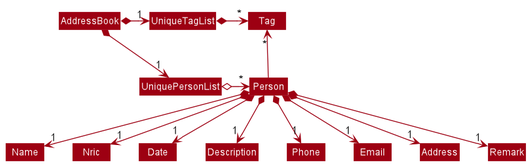
Above: docs/images/BetterModelClassDiagram.png in nus-tic4002-AY2021S2/tp2 (PlantUML), before the change. The source it was exported from:
```plantuml
@startuml
!include style.puml
skinparam arrowThickness 1.1
skinparam arrowColor MODEL_COLOR
skinparam classBackgroundColor MODEL_COLOR

AddressBook *-right-> "1" UniquePersonList
AddressBook *-right-> "1" UniqueTagList
UniqueTagList -[hidden]down- UniquePersonList
UniqueTagList -[hidden]down- UniquePersonList

UniqueTagList *-right-> "*" Tag
UniquePersonList o-right-> "*" Person

Person -up-> "*" Tag

Person *--> "1" Name
Person *--> "1" Nric
Person *--> "1" Date
Person *--> "1" Description
Person *--> "1" Phone
Person *--> "1" Email
Person *--> "1" Address
Person *--> "1" Remark
@enduml
```
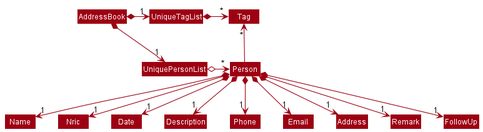
The same file after the commit.

Commit message:
update UML Diagram

Change to the diagram source:
```diff
@@ -22,4 +22,5 @@
 Person *--> "1" Email
 Person *--> "1" Address
 Person *--> "1" Remark
+Person *--> "1" FollowUp
 @enduml
```
